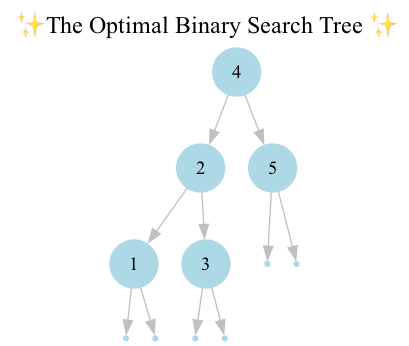
Above: obst.png in SharQawyCS/Optimal-Binary-Search-Tree (Graphviz), before the change. Its source is kept beside it as obst.dot.
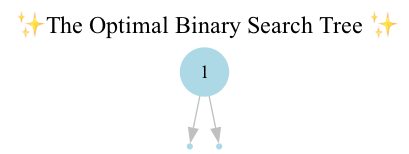
Above is the later version.

What changed in the source:
```diff
@@ -5,20 +5,8 @@
 node [shape=circle, style=filled, color=lightblue, fontcolor=black, fontsize=14;
 ];
 edge [color=gray];
-  "4" -> "2";
-  "2" -> "1";
   null0 [shape=point];
   "1" -> null0;
   null1 [shape=point];
   "1" -> null1;
-  "2" -> "3";
-  null2 [shape=point];
-  "3" -> null2;
-  null3 [shape=point];
-  "3" -> null3;
-  "4" -> "5";
-  null4 [shape=point];
-  "5" -> null4;
-  null5 [shape=point];
-  "5" -> null5;
 }
```
